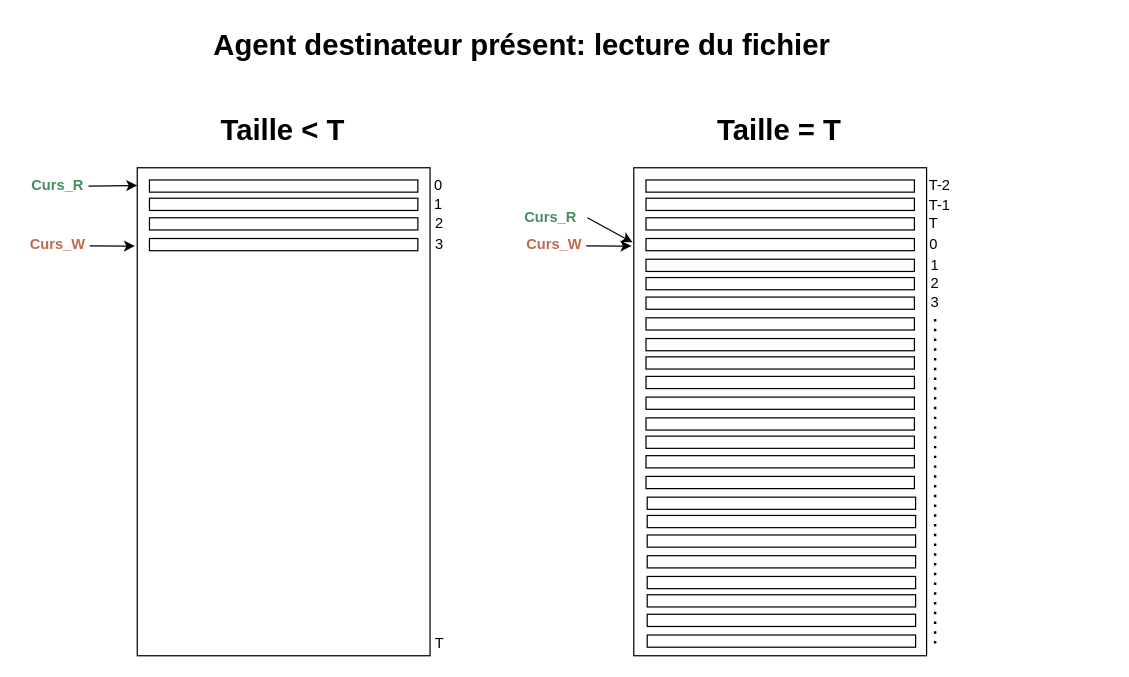
This is page "Page-2" (2 of 2) of Diagramme sans nom.drawio from zeroun01/git, a draw.io file, before an edit. Source tidied: cells renumbered, new cells numbered last; positions are measured from the earlier drawing's top-left corner, leaving out a move shared by most shapes. Both pictures are drawn from the tidied source at 122%, with x=0, y=0 at pixel (21, 21).
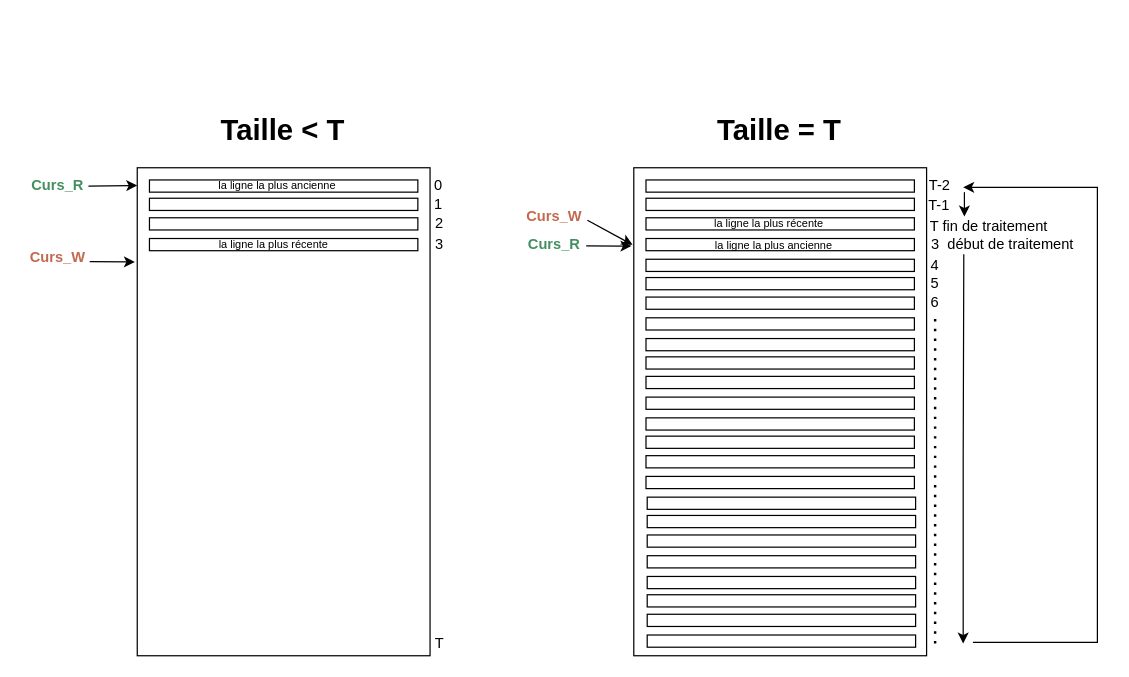
The same diagram, later.

The change refers to these unchanged cells:
```xml
<mxCell id="16" style="rounded=0;whiteSpace=wrap;html=1;" parent="1" vertex="1">
  <mxGeometry x="502" y="120" width="240" height="400" as="geometry" />
</mxCell>
```

Change to the diagram source:
```diff
@@
     <mxCell id="8" style="endArrow=classic;html=1;rounded=0;entryX=-0.012;entryY=0.163;entryDx=0;entryDy=0;entryPerimeter=0;" parent="1" edge="1">
       <mxGeometry relative="1" as="geometry">
-        <mxPoint x="56" y="184" as="sourcePoint" />
-        <mxPoint x="93.1" y="184.2" as="targetPoint" />
+        <mxPoint x="56" y="197" as="sourcePoint" />
+        <mxPoint x="93.1" y="197.2" as="targetPoint" />
       </mxGeometry>
     </mxCell>
     <mxCell id="9" value="&lt;div&gt;&lt;font color=&quot;#c2694e&quot;&gt;&lt;b&gt;Curs_W&lt;/b&gt;&lt;/font&gt;&lt;/div&gt;" style="text;html=1;align=center;verticalAlign=middle;whiteSpace=wrap;rounded=0;" parent="1" vertex="1">
-      <mxGeometry y="173" width="60" height="20" as="geometry" />
+      <mxGeometry y="184" width="60" height="20" as="geometry" />
     </mxCell>
@@
-    <mxCell id="21" style="endArrow=classic;html=1;rounded=0;entryX=-0.004;entryY=0.153;entryDx=0;entryDy=0;entryPerimeter=0;exitX=1;exitY=0.5;exitDx=0;exitDy=0;" parent="1" edge="1" source="24" target="16">
-      <mxGeometry relative="1" as="geometry" />
+    <mxCell id="21" style="endArrow=classic;html=1;rounded=0;entryX=-0.004;entryY=0.153;entryDx=0;entryDy=0;entryPerimeter=0;exitX=1;exitY=0.5;exitDx=0;exitDy=0;" parent="1" edge="1">
+      <mxGeometry relative="1" as="geometry">
+        <mxPoint x="464" y="163" as="sourcePoint" />
+        <mxPoint x="501" y="183.2" as="targetPoint" />
+      </mxGeometry>
     </mxCell>
@@
     <mxCell id="23" value="&lt;div&gt;&lt;font color=&quot;#c2694e&quot;&gt;&lt;b&gt;Curs_W&lt;/b&gt;&lt;/font&gt;&lt;/div&gt;" style="text;html=1;align=center;verticalAlign=middle;whiteSpace=wrap;rounded=0;" parent="1" vertex="1">
-      <mxGeometry x="407" y="173" width="60" height="20" as="geometry" />
+      <mxGeometry x="407" y="150" width="60" height="20" as="geometry" />
     </mxCell>
     <mxCell id="24" value="&lt;b&gt;&lt;font color=&quot;#438f5f&quot;&gt;Curs_R&lt;/font&gt;&lt;/b&gt;" style="text;html=1;align=center;verticalAlign=middle;whiteSpace=wrap;rounded=0;" parent="1" vertex="1">
-      <mxGeometry x="404" y="151" width="60" height="20" as="geometry" />
+      <mxGeometry x="407" y="173" width="60" height="20" as="geometry" />
     </mxCell>
-    <mxCell id="25" value="0" style="text;html=1;align=center;verticalAlign=middle;whiteSpace=wrap;rounded=0;" parent="1" vertex="1">
-      <mxGeometry x="743" y="178" width="10" height="10" as="geometry" />
+    <mxCell id="25" value="3&amp;nbsp; début de traitement" style="text;html=1;align=center;verticalAlign=middle;whiteSpace=wrap;rounded=0;" parent="1" vertex="1">
+      <mxGeometry x="741" y="178" width="127" height="10" as="geometry" />
     </mxCell>
-    <mxCell id="26" value="1" style="text;html=1;align=center;verticalAlign=middle;whiteSpace=wrap;rounded=0;" parent="1" vertex="1">
+    <mxCell id="26" value="4" style="text;html=1;align=center;verticalAlign=middle;whiteSpace=wrap;rounded=0;" parent="1" vertex="1">
       <mxGeometry x="744" y="195" width="10" height="10" as="geometry" />
     </mxCell>
-    <mxCell id="27" value="2" style="text;html=1;align=center;verticalAlign=middle;whiteSpace=wrap;rounded=0;" parent="1" vertex="1">
+    <mxCell id="27" value="5" style="text;html=1;align=center;verticalAlign=middle;whiteSpace=wrap;rounded=0;" parent="1" vertex="1">
       <mxGeometry x="744" y="210" width="10" height="10" as="geometry" />
     </mxCell>
-    <mxCell id="28" value="3" style="text;html=1;align=center;verticalAlign=middle;whiteSpace=wrap;rounded=0;" parent="1" vertex="1">
+    <mxCell id="28" value="6" style="text;html=1;align=center;verticalAlign=middle;whiteSpace=wrap;rounded=0;" parent="1" vertex="1">
       <mxGeometry x="744" y="226" width="10" height="10" as="geometry" />
     </mxCell>
-    <mxCell id="29" value="T" style="text;html=1;align=center;verticalAlign=middle;whiteSpace=wrap;rounded=0;" parent="1" vertex="1">
-      <mxGeometry x="743" y="161" width="10" height="10" as="geometry" />
-    </mxCell>
@@
-    <mxCell id="53" value="Agent destinateur présent: lecture du fichier" style="text;strokeColor=none;fillColor=none;html=1;fontSize=24;fontStyle=1;verticalAlign=middle;align=center;" parent="1" vertex="1">
-      <mxGeometry x="95" width="630" height="40" as="geometry" />
-    </mxCell>
     <mxCell id="54" value="T-1" style="text;html=1;align=center;verticalAlign=middle;whiteSpace=wrap;rounded=0;" parent="1" vertex="1">
-      <mxGeometry x="743" y="146" width="20" height="10" as="geometry" />
+      <mxGeometry x="739" y="146" width="27" height="10" as="geometry" />
     </mxCell>
@@
+    <mxCell id="56" style="edgeStyle=orthogonalEdgeStyle;rounded=0;orthogonalLoop=1;jettySize=auto;html=1;" parent="1" edge="1">
+      <mxGeometry relative="1" as="geometry">
+        <mxPoint x="772.5" y="191" as="sourcePoint" />
+        <mxPoint x="772" y="510" as="targetPoint" />
+        <Array as="points">
+          <mxPoint x="773" y="192" />
+          <mxPoint x="772" y="356" />
+          <mxPoint x="774" y="356" />
+        </Array>
+      </mxGeometry>
+    </mxCell>
+    <mxCell id="57" style="endArrow=classic;html=1;rounded=0;" parent="1" edge="1">
+      <mxGeometry relative="1" as="geometry">
+        <mxPoint x="773" y="140" as="sourcePoint" />
+        <mxPoint x="773" y="160" as="targetPoint" />
+      </mxGeometry>
+    </mxCell>
+    <mxCell id="58" style="endArrow=classic;html=1;rounded=0;" parent="1" edge="1">
+      <mxGeometry relative="1" as="geometry">
+        <mxPoint x="780" y="509" as="sourcePoint" />
+        <mxPoint x="772" y="136" as="targetPoint" />
+        <Array as="points">
+          <mxPoint x="882" y="509" />
+          <mxPoint x="882" y="136" />
+        </Array>
+      </mxGeometry>
+    </mxCell>
+    <mxCell id="29" value="&lt;div align=&quot;left&quot;&gt;T fin de traitement&lt;/div&gt;&lt;div align=&quot;left&quot;&gt;&lt;br&gt;&lt;/div&gt;" style="text;html=1;align=left;verticalAlign=middle;whiteSpace=wrap;rounded=0;" parent="1" vertex="1">
+      <mxGeometry x="743" y="174" width="100" as="geometry" />
+    </mxCell>
+    <mxCell id="59" value="&lt;font style=&quot;font-size: 9px;&quot;&gt;la ligne la plus ancienne&lt;/font&gt;" style="text;html=1;align=center;verticalAlign=middle;whiteSpace=wrap;rounded=0;fontSize=10;" parent="1" vertex="1">
+      <mxGeometry x="110" y="129" width="200" height="10" as="geometry" />
+    </mxCell>
+    <mxCell id="60" value="&lt;font style=&quot;font-size: 9px;&quot;&gt;la ligne la plus récente&lt;/font&gt;" style="text;html=1;align=center;verticalAlign=middle;whiteSpace=wrap;rounded=0;fontSize=10;" parent="1" vertex="1">
+      <mxGeometry x="107" y="177" width="200" height="10" as="geometry" />
+    </mxCell>
+    <mxCell id="61" value="&lt;font style=&quot;font-size: 9px;&quot;&gt;la ligne la plus récente&lt;/font&gt;" style="text;html=1;align=center;verticalAlign=middle;whiteSpace=wrap;rounded=0;fontSize=10;" parent="1" vertex="1">
+      <mxGeometry x="513" y="160" width="200" height="10" as="geometry" />
+    </mxCell>
+    <mxCell id="62" value="&lt;font style=&quot;font-size: 9px;&quot;&gt;la ligne la plus ancienne&lt;/font&gt;" style="text;html=1;align=center;verticalAlign=middle;whiteSpace=wrap;rounded=0;fontSize=10;" parent="1" vertex="1">
+      <mxGeometry x="517" y="178" width="200" height="10" as="geometry" />
+    </mxCell>
```
